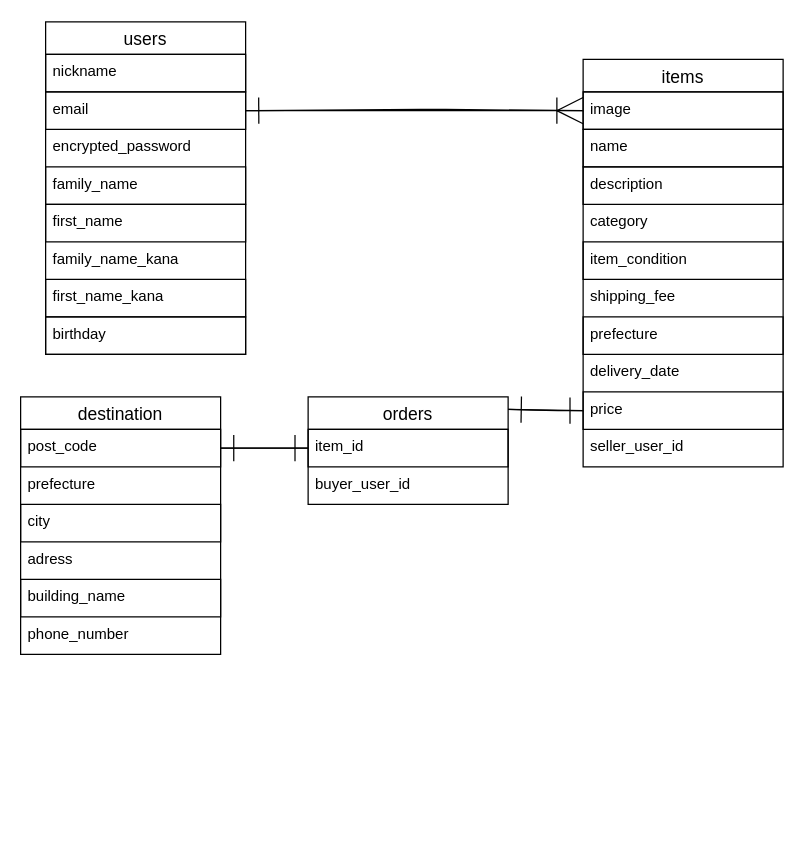
The draw.io diagram furima.dio in 38385kobi/furima-38385, before the edit. Source tidied: cells renumbered, new cells numbered last; positions are measured from the earlier drawing's top-left corner, leaving out a move shared by most shapes. Both pictures are drawn from the tidied source at 125%, with x=0, y=0 at pixel (20, 21).
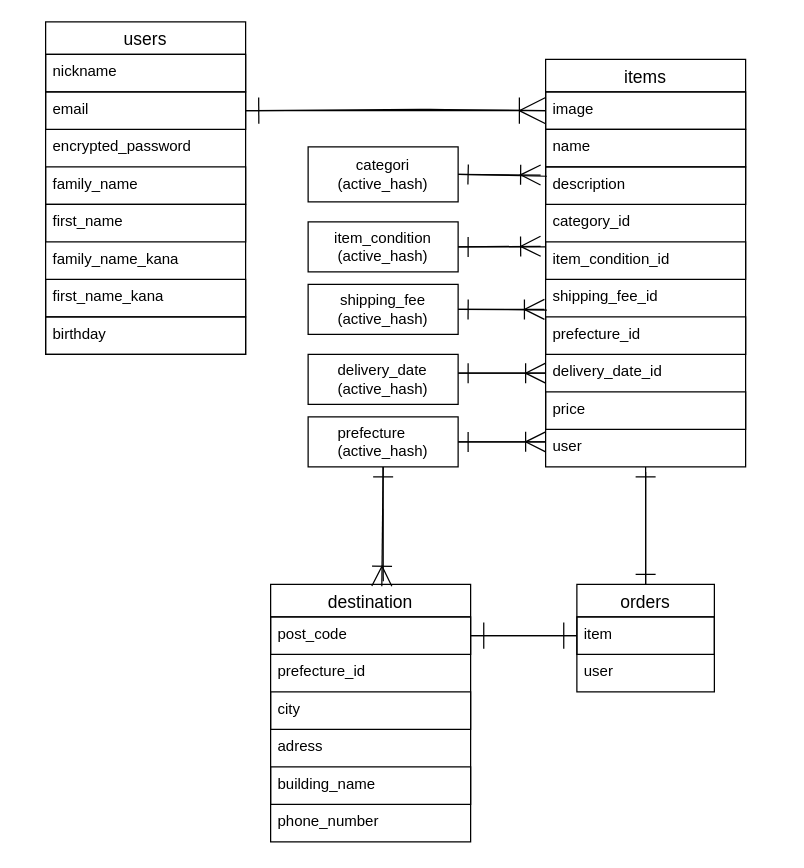
Above is the later version.

Commit message (it also covers changes not shown here):
READMEとER図の修正

Unchanged cells that the change refers to:
```xml
<mxCell id="21" value="description" style="text;strokeColor=default;fillColor=none;spacingLeft=4;spacingRight=4;overflow=hidden;points=[[0,0.5],[1,0.5]];portConstraint=eastwest;fontSize=12;" parent="18" vertex="1">
  <mxGeometry y="86" width="160" height="30" as="geometry" />
</mxCell>
<mxCell id="27" value="price" style="text;strokeColor=default;fillColor=none;spacingLeft=4;spacingRight=4;overflow=hidden;points=[[0,0.5],[1,0.5]];portConstraint=eastwest;fontSize=12;" parent="18" vertex="1">
  <mxGeometry y="266" width="160" height="30" as="geometry" />
</mxCell>
```

The edit, as a diff of the source:
```diff
@@
+    <mxCell id="39" style="edgeStyle=none;html=1;exitX=0.563;exitY=-0.012;exitDx=0;exitDy=0;entryX=0.5;entryY=1;entryDx=0;entryDy=0;endArrow=ERone;endFill=0;endSize=14;strokeWidth=1;exitPerimeter=0;" parent="1" edge="1" source="11" target="51">
+      <mxGeometry relative="1" as="geometry" />
+    </mxCell>
     <mxCell id="11" value="destination" style="swimlane;fontStyle=0;horizontal=1;startSize=26;align=center;fontSize=14;" parent="1" vertex="1">
-      <mxGeometry y="300" width="160" height="206" as="geometry" />
+      <mxGeometry x="200" y="450" width="160" height="206" as="geometry" />
     </mxCell>
@@
-    <mxCell id="13" value="prefecture" style="text;strokeColor=none;fillColor=none;spacingLeft=4;spacingRight=4;overflow=hidden;fontSize=12;" parent="11" vertex="1">
+    <mxCell id="13" value="prefecture_id" style="text;strokeColor=none;fillColor=none;spacingLeft=4;spacingRight=4;overflow=hidden;fontSize=12;" parent="11" vertex="1">
       <mxGeometry y="56" width="160" height="30" as="geometry" />
     </mxCell>
@@
     <mxCell id="18" value="items" style="swimlane;fontStyle=0;horizontal=1;startSize=26;align=center;fontSize=14;" parent="1" vertex="1">
-      <mxGeometry x="450" y="30" width="160" height="326" as="geometry" />
+      <mxGeometry x="420" y="30" width="160" height="326" as="geometry" />
     </mxCell>
@@
-    <mxCell id="22" value="category" style="text;strokeColor=none;fillColor=none;spacingLeft=4;spacingRight=4;overflow=hidden;fontSize=12;strokeWidth=5;" parent="18" vertex="1">
+    <mxCell id="22" value="category_id" style="text;strokeColor=none;fillColor=none;spacingLeft=4;spacingRight=4;overflow=hidden;fontSize=12;strokeWidth=5;" parent="18" vertex="1">
       <mxGeometry y="116" width="160" height="30" as="geometry" />
     </mxCell>
-    <mxCell id="23" value="item_condition" style="text;strokeColor=default;fillColor=none;spacingLeft=4;spacingRight=4;overflow=hidden;points=[[0,0.5],[1,0.5]];portConstraint=eastwest;fontSize=12;" parent="18" vertex="1">
+    <mxCell id="23" value="item_condition_id" style="text;strokeColor=default;fillColor=none;spacingLeft=4;spacingRight=4;overflow=hidden;points=[[0,0.5],[1,0.5]];portConstraint=eastwest;fontSize=12;" parent="18" vertex="1">
       <mxGeometry y="146" width="160" height="30" as="geometry" />
     </mxCell>
-    <mxCell id="24" value="shipping_fee" style="text;strokeColor=none;fillColor=none;spacingLeft=4;spacingRight=4;overflow=hidden;points=[[0,0.5],[1,0.5]];portConstraint=eastwest;fontSize=12;" parent="18" vertex="1">
+    <mxCell id="24" value="shipping_fee_id" style="text;strokeColor=none;fillColor=none;spacingLeft=4;spacingRight=4;overflow=hidden;points=[[0,0.5],[1,0.5]];portConstraint=eastwest;fontSize=12;" parent="18" vertex="1">
       <mxGeometry y="176" width="160" height="30" as="geometry" />
     </mxCell>
-    <mxCell id="25" value="prefecture" style="text;strokeColor=default;fillColor=none;spacingLeft=4;spacingRight=4;overflow=hidden;fontSize=12;" parent="18" vertex="1">
+    <mxCell id="25" value="prefecture_id" style="text;strokeColor=default;fillColor=none;spacingLeft=4;spacingRight=4;overflow=hidden;fontSize=12;" parent="18" vertex="1">
       <mxGeometry y="206" width="160" height="30" as="geometry" />
     </mxCell>
-    <mxCell id="26" value="delivery_date" style="text;strokeColor=none;fillColor=none;spacingLeft=4;spacingRight=4;overflow=hidden;points=[[0,0.5],[1,0.5]];portConstraint=eastwest;fontSize=12;" parent="18" vertex="1">
+    <mxCell id="26" value="delivery_date_id" style="text;strokeColor=none;fillColor=none;spacingLeft=4;spacingRight=4;overflow=hidden;points=[[0,0.5],[1,0.5]];portConstraint=eastwest;fontSize=12;" parent="18" vertex="1">
       <mxGeometry y="236" width="160" height="30" as="geometry" />
     </mxCell>
@@
-    <mxCell id="28" value="seller_user_id" style="text;strokeColor=none;fillColor=none;spacingLeft=4;spacingRight=4;overflow=hidden;points=[[0,0.5],[1,0.5]];portConstraint=eastwest;fontSize=12;" parent="18" vertex="1">
+    <mxCell id="28" value="user" style="text;strokeColor=none;fillColor=none;spacingLeft=4;spacingRight=4;overflow=hidden;points=[[0,0.5],[1,0.5]];portConstraint=eastwest;fontSize=12;" parent="18" vertex="1">
       <mxGeometry y="296" width="160" height="30" as="geometry" />
     </mxCell>
+    <mxCell id="40" style="edgeStyle=none;html=1;exitX=0.5;exitY=0;exitDx=0;exitDy=0;endArrow=ERone;endFill=0;endSize=14;strokeWidth=1;" parent="1" edge="1" source="29" target="28">
+      <mxGeometry relative="1" as="geometry" />
+    </mxCell>
     <mxCell id="29" value="orders" style="swimlane;fontStyle=0;horizontal=1;startSize=26;align=center;fontSize=14;strokeColor=default;" parent="1" vertex="1">
-      <mxGeometry x="230" y="300" width="160" height="86" as="geometry" />
+      <mxGeometry x="445" y="450" width="110" height="86" as="geometry" />
     </mxCell>
-    <mxCell id="30" value="item_id" style="text;strokeColor=default;fillColor=none;spacingLeft=4;spacingRight=4;overflow=hidden;points=[[0,0.5],[1,0.5]];portConstraint=eastwest;fontSize=12;" parent="29" vertex="1">
-      <mxGeometry y="26" width="160" height="30" as="geometry" />
+    <mxCell id="30" value="item" style="text;strokeColor=default;fillColor=none;spacingLeft=4;spacingRight=4;overflow=hidden;points=[[0,0.5],[1,0.5]];portConstraint=eastwest;fontSize=12;" parent="29" vertex="1">
+      <mxGeometry y="26" width="110" height="30" as="geometry" />
     </mxCell>
-    <mxCell id="31" value="buyer_user_id" style="text;strokeColor=none;fillColor=none;spacingLeft=4;spacingRight=4;overflow=hidden;fontSize=12;" parent="29" vertex="1">
-      <mxGeometry y="56" width="160" height="30" as="geometry" />
+    <mxCell id="31" value="user" style="text;strokeColor=none;fillColor=none;spacingLeft=4;spacingRight=4;overflow=hidden;fontSize=12;" parent="29" vertex="1">
+      <mxGeometry y="56" width="110" height="30" as="geometry" />
     </mxCell>
@@
-    <mxCell id="34" style="edgeStyle=none;html=1;exitX=0;exitY=0.5;exitDx=0;exitDy=0;startArrow=none;startFill=0;endArrow=ERone;endFill=0;endSize=19;strokeWidth=1;" parent="1" edge="1" source="27">
-      <mxGeometry relative="1" as="geometry">
-        <mxPoint x="390" y="310" as="targetPoint" />
-      </mxGeometry>
-    </mxCell>
-    <mxCell id="35" style="edgeStyle=none;html=1;entryX=0;entryY=0.5;entryDx=0;entryDy=0;startArrow=none;startFill=0;endArrow=ERone;endFill=0;endSize=19;strokeWidth=1;exitX=1;exitY=0.116;exitDx=0;exitDy=0;exitPerimeter=0;" parent="1" edge="1" source="29" target="27">
-      <mxGeometry relative="1" as="geometry">
-        <Array as="points">
-          <mxPoint x="420" y="311" />
-        </Array>
-      </mxGeometry>
-    </mxCell>
@@
+    <mxCell id="41" style="edgeStyle=none;html=1;exitX=1;exitY=0.5;exitDx=0;exitDy=0;entryX=-0.025;entryY=0.217;entryDx=0;entryDy=0;endArrow=ERoneToMany;endFill=0;endSize=14;strokeWidth=1;entryPerimeter=0;" parent="1" edge="1" source="42" target="21">
+      <mxGeometry relative="1" as="geometry" />
+    </mxCell>
+    <mxCell id="42" value="categori&lt;br&gt;(active_hash)" style="whiteSpace=wrap;html=1;align=center;" parent="1" vertex="1">
+      <mxGeometry x="230" y="100" width="120" height="44" as="geometry" />
+    </mxCell>
+    <mxCell id="43" style="edgeStyle=none;html=1;exitX=1;exitY=0.5;exitDx=0;exitDy=0;entryX=-0.025;entryY=0.117;entryDx=0;entryDy=0;entryPerimeter=0;endArrow=ERoneToMany;endFill=0;endSize=14;strokeWidth=1;" parent="1" edge="1" source="44" target="23">
+      <mxGeometry relative="1" as="geometry" />
+    </mxCell>
+    <mxCell id="44" value="&lt;span style=&quot;text-align: left&quot;&gt;item_condition&lt;/span&gt;&lt;br&gt;&lt;span&gt;(active_hash)&lt;/span&gt;" style="whiteSpace=wrap;html=1;align=center;" parent="1" vertex="1">
+      <mxGeometry x="230" y="160" width="120" height="40" as="geometry" />
+    </mxCell>
+    <mxCell id="45" style="edgeStyle=none;html=1;exitX=1;exitY=0.5;exitDx=0;exitDy=0;entryX=-0.006;entryY=0.8;entryDx=0;entryDy=0;entryPerimeter=0;endArrow=ERoneToMany;endFill=0;endSize=14;strokeWidth=1;" parent="1" edge="1" source="46" target="24">
+      <mxGeometry relative="1" as="geometry" />
+    </mxCell>
+    <mxCell id="46" value="&lt;div&gt;&lt;span style=&quot;text-align: left&quot;&gt;shipping_fee&lt;/span&gt;&lt;br&gt;&lt;/div&gt;&lt;div&gt;(active_hash)&lt;/div&gt;" style="whiteSpace=wrap;html=1;align=center;" parent="1" vertex="1">
+      <mxGeometry x="230" y="210" width="120" height="40" as="geometry" />
+    </mxCell>
+    <mxCell id="47" style="edgeStyle=none;html=1;entryX=0;entryY=0.5;entryDx=0;entryDy=0;endArrow=ERoneToMany;endFill=0;endSize=14;strokeWidth=1;" parent="1" edge="1" target="26">
+      <mxGeometry relative="1" as="geometry">
+        <mxPoint x="350" y="281" as="sourcePoint" />
+      </mxGeometry>
+    </mxCell>
+    <mxCell id="48" value="&lt;div style=&quot;text-align: left&quot;&gt;delivery_date&lt;/div&gt;&lt;div style=&quot;text-align: left&quot;&gt;(active_hash)&lt;/div&gt;" style="whiteSpace=wrap;html=1;align=center;" parent="1" vertex="1">
+      <mxGeometry x="230" y="266" width="120" height="40" as="geometry" />
+    </mxCell>
+    <mxCell id="49" style="edgeStyle=none;html=1;exitX=1;exitY=0.5;exitDx=0;exitDy=0;entryX=0;entryY=0.333;entryDx=0;entryDy=0;endArrow=ERoneToMany;endFill=0;endSize=14;strokeWidth=1;entryPerimeter=0;" parent="1" edge="1" source="51" target="28">
+      <mxGeometry relative="1" as="geometry" />
+    </mxCell>
+    <mxCell id="50" style="edgeStyle=none;html=1;exitX=0.5;exitY=1;exitDx=0;exitDy=0;entryX=0.556;entryY=0.007;entryDx=0;entryDy=0;endArrow=ERoneToMany;endFill=0;endSize=14;strokeWidth=1;entryPerimeter=0;" parent="1" edge="1" source="51" target="11">
+      <mxGeometry relative="1" as="geometry" />
+    </mxCell>
+    <mxCell id="51" value="&lt;div style=&quot;text-align: left&quot;&gt;prefecture&lt;/div&gt;&lt;div style=&quot;text-align: left&quot;&gt;(active_hash)&lt;/div&gt;" style="whiteSpace=wrap;html=1;align=center;" parent="1" vertex="1">
+      <mxGeometry x="230" y="316" width="120" height="40" as="geometry" />
+    </mxCell>
+    <mxCell id="52" style="edgeStyle=none;html=1;entryX=0.5;entryY=0;entryDx=0;entryDy=0;endArrow=ERone;endFill=0;endSize=14;strokeWidth=1;" parent="1" edge="1" target="29">
+      <mxGeometry relative="1" as="geometry">
+        <mxPoint x="500" y="360" as="sourcePoint" />
+      </mxGeometry>
+    </mxCell>
+    <mxCell id="53" style="edgeStyle=none;html=1;exitX=0.006;exitY=0.25;exitDx=0;exitDy=0;entryX=1;entryY=0.5;entryDx=0;entryDy=0;endArrow=ERone;endFill=0;endSize=14;strokeWidth=1;exitPerimeter=0;" parent="1" edge="1" source="21" target="42">
+      <mxGeometry relative="1" as="geometry" />
+    </mxCell>
+    <mxCell id="54" style="edgeStyle=none;html=1;exitX=0;exitY=0.133;exitDx=0;exitDy=0;entryX=1;entryY=0.5;entryDx=0;entryDy=0;endArrow=ERone;endFill=0;endSize=14;strokeWidth=1;exitPerimeter=0;" parent="1" edge="1" source="23" target="44">
+      <mxGeometry relative="1" as="geometry" />
+    </mxCell>
+    <mxCell id="55" style="edgeStyle=none;html=1;exitX=0.006;exitY=0.817;exitDx=0;exitDy=0;entryX=1;entryY=0.5;entryDx=0;entryDy=0;endArrow=ERone;endFill=0;endSize=14;strokeWidth=1;exitPerimeter=0;" parent="1" edge="1" source="24" target="46">
+      <mxGeometry relative="1" as="geometry" />
+    </mxCell>
+    <mxCell id="56" style="edgeStyle=none;html=1;exitX=0;exitY=0.5;exitDx=0;exitDy=0;endArrow=ERone;endFill=0;endSize=14;strokeWidth=1;" parent="1" edge="1" source="26">
+      <mxGeometry relative="1" as="geometry">
+        <mxPoint x="350" y="281" as="targetPoint" />
+      </mxGeometry>
+    </mxCell>
+    <mxCell id="57" style="edgeStyle=none;html=1;entryX=1;entryY=0.5;entryDx=0;entryDy=0;endArrow=ERone;endFill=0;endSize=14;strokeWidth=1;" parent="1" edge="1" target="51">
+      <mxGeometry relative="1" as="geometry">
+        <mxPoint x="420" y="336" as="sourcePoint" />
+      </mxGeometry>
+    </mxCell>
```
